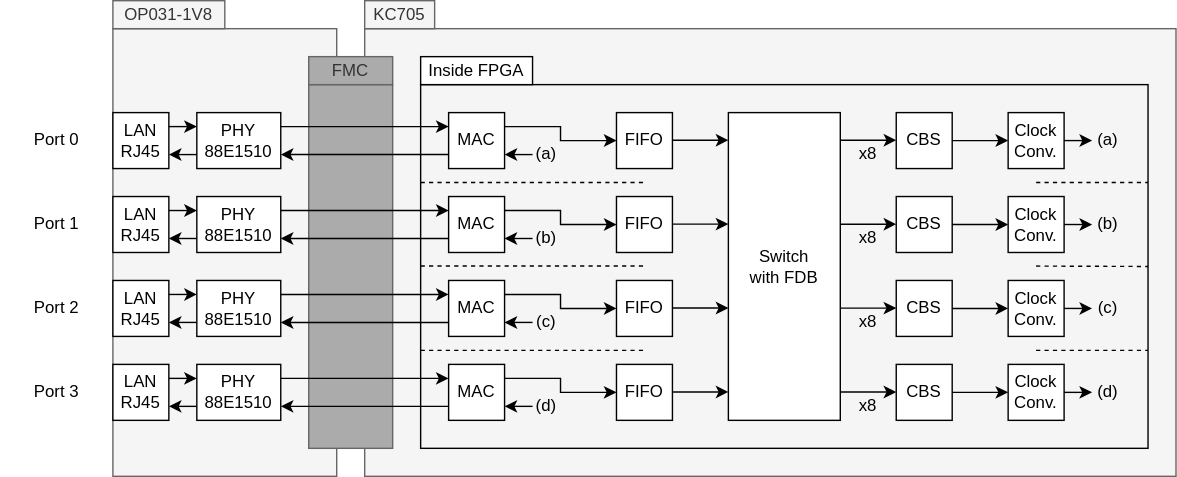
Before: overwiew_cbs-switch.drawio.svg, a diagram exported from draw.io (CCIRT/aist-tsn-switch). Source tidied: cells renumbered, new cells last; positions are measured from the earlier drawing's top-left corner, leaving out a move shared by most shapes.
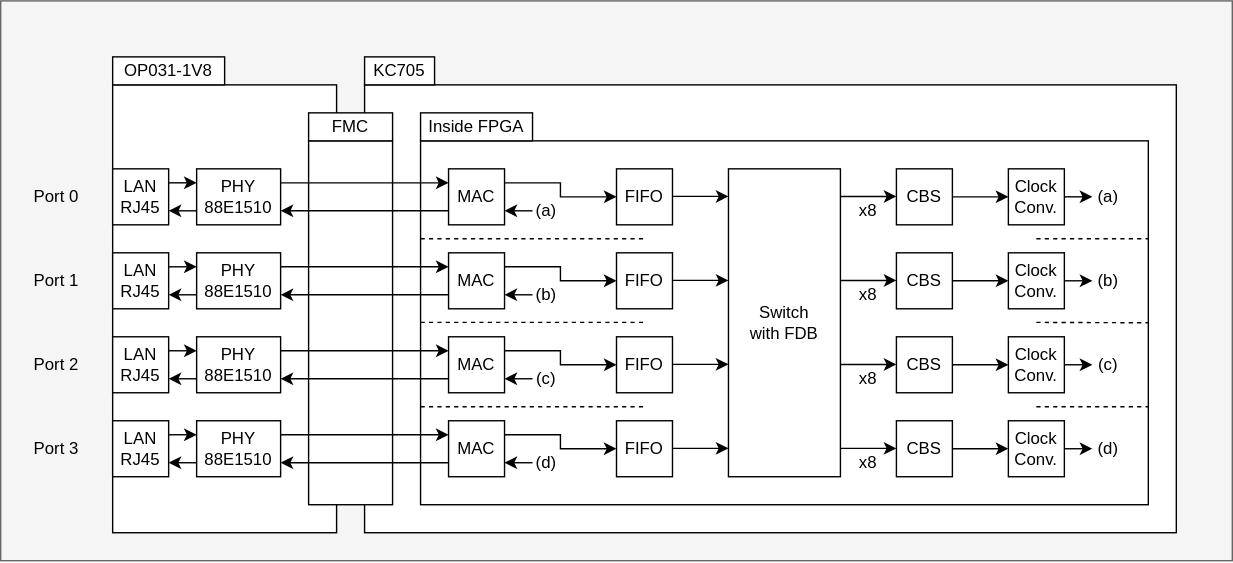
The same diagram one commit later.

What changed in the source:
```diff
@@ -2,6 +2,9 @@
   <root>
     <mxCell id="0" />
     <mxCell id="1" parent="0" />
+    <mxCell id="99" style="rounded=0;whiteSpace=wrap;html=1;fillColor=#f5f5f5;fontColor=#333333;strokeColor=#666666;" parent="1" vertex="1">
+      <mxGeometry y="-40" width="880" height="400" as="geometry" />
+    </mxCell>
     <mxCell id="2" style="endArrow=none;html=1;rounded=0;dashed=1;" parent="1" edge="1">
       <mxGeometry relative="1" as="geometry">
         <mxPoint x="460" y="320" as="sourcePoint" />
@@ -14,13 +17,13 @@
         <mxPoint x="739.7" y="60" as="targetPoint" />
       </mxGeometry>
     </mxCell>
-    <mxCell id="4" style="rounded=0;whiteSpace=wrap;html=1;fillColor=#f5f5f5;fontColor=#333333;strokeColor=#666666;" parent="1" vertex="1">
+    <mxCell id="4" style="rounded=0;whiteSpace=wrap;html=1;" parent="1" vertex="1">
       <mxGeometry x="260" y="20" width="580" height="320" as="geometry" />
     </mxCell>
-    <mxCell id="5" style="rounded=0;whiteSpace=wrap;html=1;fillColor=none;" parent="1" vertex="1">
+    <mxCell id="5" style="rounded=0;whiteSpace=wrap;html=1;" parent="1" vertex="1">
       <mxGeometry x="300" y="60" width="520" height="260" as="geometry" />
     </mxCell>
-    <mxCell id="6" style="rounded=0;whiteSpace=wrap;html=1;fillColor=#f5f5f5;fontColor=#333333;strokeColor=#666666;" parent="1" vertex="1">
+    <mxCell id="6" style="rounded=0;whiteSpace=wrap;html=1;" parent="1" vertex="1">
       <mxGeometry x="80" y="20" width="160" height="320" as="geometry" />
     </mxCell>
     <mxCell id="7" value="PHY&lt;br&gt;88E1510" style="rounded=0;whiteSpace=wrap;html=1;" parent="1" vertex="1">
@@ -34,19 +37,19 @@
         </Array>
       </mxGeometry>
     </mxCell>
-    <mxCell id="9" value="MAC" style="rounded=0;whiteSpace=wrap;html=1;fillColor=default;" parent="1" vertex="1">
+    <mxCell id="9" value="MAC" style="rounded=0;whiteSpace=wrap;html=1;" parent="1" vertex="1">
       <mxGeometry x="320" y="80" width="40" height="40" as="geometry" />
     </mxCell>
-    <mxCell id="10" value="KC705" style="rounded=0;whiteSpace=wrap;html=1;fillColor=#f5f5f5;fontColor=#333333;strokeColor=#666666;" parent="1" vertex="1">
+    <mxCell id="10" value="KC705" style="rounded=0;whiteSpace=wrap;html=1;" parent="1" vertex="1">
       <mxGeometry x="260" width="50" height="20" as="geometry" />
     </mxCell>
-    <mxCell id="11" value="OP031-1V8" style="rounded=0;whiteSpace=wrap;html=1;fillColor=#f5f5f5;fontColor=#333333;strokeColor=#666666;" parent="1" vertex="1">
+    <mxCell id="11" value="OP031-1V8" style="rounded=0;whiteSpace=wrap;html=1;" parent="1" vertex="1">
       <mxGeometry x="80" width="80" height="20" as="geometry" />
     </mxCell>
     <mxCell id="12" value="LAN&lt;br&gt;RJ45" style="rounded=0;whiteSpace=wrap;html=1;" parent="1" vertex="1">
       <mxGeometry x="80" y="80" width="40" height="40" as="geometry" />
     </mxCell>
-    <mxCell id="13" style="rounded=0;whiteSpace=wrap;html=1;verticalAlign=top;fillColor=#ABABAB;fontColor=#333333;strokeColor=#666666;" parent="1" vertex="1">
+    <mxCell id="13" style="rounded=0;whiteSpace=wrap;html=1;verticalAlign=top;" parent="1" vertex="1">
       <mxGeometry x="220" y="60" width="60" height="260" as="geometry" />
     </mxCell>
     <mxCell id="14" style="edgeStyle=orthogonalEdgeStyle;rounded=0;html=1;entryX=0;entryY=0.25;entryDx=0;entryDy=0;exitX=1;exitY=0.25;exitDx=0;exitDy=0;" parent="1" edge="1" source="16" target="48">
@@ -106,19 +109,19 @@
     <mxCell id="32" style="endArrow=classic;html=1;exitX=0;exitY=0.75;exitDx=0;exitDy=0;entryX=1;entryY=0.75;entryDx=0;entryDy=0;" parent="1" edge="1" source="9" target="7">
       <mxGeometry relative="1" as="geometry" />
     </mxCell>
-    <mxCell id="33" value="FIFO" style="rounded=0;whiteSpace=wrap;html=1;fillColor=default;" parent="1" vertex="1">
+    <mxCell id="33" value="FIFO" style="rounded=0;whiteSpace=wrap;html=1;" parent="1" vertex="1">
       <mxGeometry x="440" y="80" width="40" height="40" as="geometry" />
     </mxCell>
-    <mxCell id="34" value="Switch&lt;br&gt;with FDB" style="rounded=0;whiteSpace=wrap;html=1;fillColor=default;" parent="1" vertex="1">
+    <mxCell id="34" value="Switch&lt;br&gt;with FDB" style="rounded=0;whiteSpace=wrap;html=1;" parent="1" vertex="1">
       <mxGeometry x="520" y="80" width="80" height="220" as="geometry" />
     </mxCell>
     <mxCell id="35" style="edgeStyle=none;html=1;entryX=0;entryY=0.5;entryDx=0;entryDy=0;" parent="1" edge="1" source="36" target="37">
       <mxGeometry relative="1" as="geometry" />
     </mxCell>
-    <mxCell id="36" value="CBS" style="rounded=0;whiteSpace=wrap;html=1;fillColor=default;" parent="1" vertex="1">
+    <mxCell id="36" value="CBS" style="rounded=0;whiteSpace=wrap;html=1;" parent="1" vertex="1">
       <mxGeometry x="640" y="80" width="40" height="40" as="geometry" />
     </mxCell>
-    <mxCell id="37" value="Clock&lt;br&gt;Conv." style="rounded=0;whiteSpace=wrap;html=1;fillColor=default;" parent="1" vertex="1">
+    <mxCell id="37" value="Clock&lt;br&gt;Conv." style="rounded=0;whiteSpace=wrap;html=1;" parent="1" vertex="1">
       <mxGeometry x="720" y="80" width="40" height="40" as="geometry" />
     </mxCell>
     <mxCell id="38" style="edgeStyle=none;html=1;entryX=1;entryY=0.75;entryDx=0;entryDy=0;" parent="1" edge="1" target="9">
@@ -132,16 +135,16 @@
         <mxPoint x="520" y="99.7" as="targetPoint" />
       </mxGeometry>
     </mxCell>
-    <mxCell id="40" value="Port 0" style="text;html=1;strokeColor=none;fillColor=none;align=center;verticalAlign=middle;whiteSpace=wrap;rounded=0;" parent="1" vertex="1">
+    <mxCell id="40" value="Port 0" style="text;html=1;align=center;verticalAlign=middle;whiteSpace=wrap;rounded=0;" parent="1" vertex="1">
       <mxGeometry y="80" width="80" height="40" as="geometry" />
     </mxCell>
-    <mxCell id="41" value="Port 1" style="text;html=1;strokeColor=none;fillColor=none;align=center;verticalAlign=middle;whiteSpace=wrap;rounded=0;" parent="1" vertex="1">
+    <mxCell id="41" value="Port 1" style="text;html=1;align=center;verticalAlign=middle;whiteSpace=wrap;rounded=0;" parent="1" vertex="1">
       <mxGeometry y="140" width="80" height="40" as="geometry" />
     </mxCell>
-    <mxCell id="42" value="Port 2" style="text;html=1;strokeColor=none;fillColor=none;align=center;verticalAlign=middle;whiteSpace=wrap;rounded=0;" parent="1" vertex="1">
+    <mxCell id="42" value="Port 2" style="text;html=1;align=center;verticalAlign=middle;whiteSpace=wrap;rounded=0;" parent="1" vertex="1">
       <mxGeometry y="200" width="80" height="40" as="geometry" />
     </mxCell>
-    <mxCell id="43" value="Port 3" style="text;html=1;strokeColor=none;fillColor=none;align=center;verticalAlign=middle;whiteSpace=wrap;rounded=0;" parent="1" vertex="1">
+    <mxCell id="43" value="Port 3" style="text;html=1;align=center;verticalAlign=middle;whiteSpace=wrap;rounded=0;" parent="1" vertex="1">
       <mxGeometry y="260" width="80" height="40" as="geometry" />
     </mxCell>
     <mxCell id="44" style="endArrow=classic;html=1;" parent="1" edge="1">
@@ -150,7 +153,7 @@
         <mxPoint x="640" y="99.8" as="targetPoint" />
       </mxGeometry>
     </mxCell>
-    <mxCell id="45" value="(a)" style="text;html=1;strokeColor=none;fillColor=none;align=center;verticalAlign=middle;whiteSpace=wrap;rounded=0;dashed=1;" parent="1" vertex="1">
+    <mxCell id="45" value="(a)" style="text;html=1;align=center;verticalAlign=middle;whiteSpace=wrap;rounded=0;dashed=1;" parent="1" vertex="1">
       <mxGeometry x="380" y="100" width="20" height="20" as="geometry" />
     </mxCell>
     <mxCell id="46" style="edgeStyle=orthogonalEdgeStyle;html=1;entryX=0;entryY=0.5;entryDx=0;entryDy=0;exitX=1;exitY=0.25;exitDx=0;exitDy=0;rounded=0;" parent="1" edge="1" source="48" target="49">
@@ -164,19 +167,19 @@
     <mxCell id="47" style="edgeStyle=orthogonalEdgeStyle;rounded=0;html=1;exitX=0;exitY=0.75;exitDx=0;exitDy=0;entryX=1;entryY=0.75;entryDx=0;entryDy=0;" parent="1" edge="1" source="48" target="16">
       <mxGeometry relative="1" as="geometry" />
     </mxCell>
-    <mxCell id="48" value="MAC" style="rounded=0;whiteSpace=wrap;html=1;fillColor=default;" parent="1" vertex="1">
+    <mxCell id="48" value="MAC" style="rounded=0;whiteSpace=wrap;html=1;" parent="1" vertex="1">
       <mxGeometry x="320" y="140" width="40" height="40" as="geometry" />
     </mxCell>
-    <mxCell id="49" value="FIFO" style="rounded=0;whiteSpace=wrap;html=1;fillColor=default;" parent="1" vertex="1">
+    <mxCell id="49" value="FIFO" style="rounded=0;whiteSpace=wrap;html=1;" parent="1" vertex="1">
       <mxGeometry x="440" y="140" width="40" height="40" as="geometry" />
     </mxCell>
     <mxCell id="50" style="edgeStyle=none;html=1;entryX=0;entryY=0.5;entryDx=0;entryDy=0;" parent="1" edge="1" source="51" target="52">
       <mxGeometry relative="1" as="geometry" />
     </mxCell>
-    <mxCell id="51" value="CBS" style="rounded=0;whiteSpace=wrap;html=1;fillColor=default;" parent="1" vertex="1">
+    <mxCell id="51" value="CBS" style="rounded=0;whiteSpace=wrap;html=1;" parent="1" vertex="1">
       <mxGeometry x="640" y="140" width="40" height="40" as="geometry" />
     </mxCell>
-    <mxCell id="52" value="Clock&lt;br style=&quot;border-color: var(--border-color);&quot;&gt;Conv." style="rounded=0;whiteSpace=wrap;html=1;fillColor=default;" parent="1" vertex="1">
+    <mxCell id="52" value="Clock&lt;br style=&quot;border-color: var(--border-color);&quot;&gt;Conv." style="rounded=0;whiteSpace=wrap;html=1;" parent="1" vertex="1">
       <mxGeometry x="720" y="140" width="40" height="40" as="geometry" />
     </mxCell>
     <mxCell id="53" style="edgeStyle=none;html=1;entryX=1;entryY=0.75;entryDx=0;entryDy=0;" parent="1" edge="1" target="48">
@@ -196,7 +199,7 @@
         <mxPoint x="640" y="159.8" as="targetPoint" />
       </mxGeometry>
     </mxCell>
-    <mxCell id="56" value="(b)" style="text;html=1;strokeColor=none;fillColor=none;align=center;verticalAlign=middle;whiteSpace=wrap;rounded=0;dashed=1;" parent="1" vertex="1">
+    <mxCell id="56" value="(b)" style="text;html=1;align=center;verticalAlign=middle;whiteSpace=wrap;rounded=0;dashed=1;" parent="1" vertex="1">
       <mxGeometry x="380" y="160" width="20" height="20" as="geometry" />
     </mxCell>
     <mxCell id="57" style="edgeStyle=orthogonalEdgeStyle;html=1;entryX=0;entryY=0.5;entryDx=0;entryDy=0;exitX=1;exitY=0.25;exitDx=0;exitDy=0;rounded=0;" parent="1" edge="1" source="59" target="60">
@@ -210,19 +213,19 @@
     <mxCell id="58" style="edgeStyle=orthogonalEdgeStyle;rounded=0;html=1;exitX=0;exitY=0.75;exitDx=0;exitDy=0;entryX=1;entryY=0.75;entryDx=0;entryDy=0;" parent="1" edge="1" source="59" target="21">
       <mxGeometry relative="1" as="geometry" />
     </mxCell>
-    <mxCell id="59" value="MAC" style="rounded=0;whiteSpace=wrap;html=1;fillColor=default;" parent="1" vertex="1">
+    <mxCell id="59" value="MAC" style="rounded=0;whiteSpace=wrap;html=1;" parent="1" vertex="1">
       <mxGeometry x="320" y="200" width="40" height="40" as="geometry" />
     </mxCell>
-    <mxCell id="60" value="FIFO" style="rounded=0;whiteSpace=wrap;html=1;fillColor=default;" parent="1" vertex="1">
+    <mxCell id="60" value="FIFO" style="rounded=0;whiteSpace=wrap;html=1;" parent="1" vertex="1">
       <mxGeometry x="440" y="200" width="40" height="40" as="geometry" />
     </mxCell>
     <mxCell id="61" style="edgeStyle=none;html=1;entryX=0;entryY=0.5;entryDx=0;entryDy=0;" parent="1" edge="1" source="62" target="63">
       <mxGeometry relative="1" as="geometry" />
     </mxCell>
-    <mxCell id="62" value="CBS" style="rounded=0;whiteSpace=wrap;html=1;fillColor=default;" parent="1" vertex="1">
+    <mxCell id="62" value="CBS" style="rounded=0;whiteSpace=wrap;html=1;" parent="1" vertex="1">
       <mxGeometry x="640" y="200" width="40" height="40" as="geometry" />
     </mxCell>
-    <mxCell id="63" value="Clock&lt;br style=&quot;border-color: var(--border-color);&quot;&gt;Conv." style="rounded=0;whiteSpace=wrap;html=1;fillColor=default;" parent="1" vertex="1">
+    <mxCell id="63" value="Clock&lt;br style=&quot;border-color: var(--border-color);&quot;&gt;Conv." style="rounded=0;whiteSpace=wrap;html=1;" parent="1" vertex="1">
       <mxGeometry x="720" y="200" width="40" height="40" as="geometry" />
     </mxCell>
     <mxCell id="64" style="edgeStyle=none;html=1;entryX=1;entryY=0.75;entryDx=0;entryDy=0;" parent="1" edge="1" target="59">
@@ -242,7 +245,7 @@
         <mxPoint x="640" y="219.8" as="targetPoint" />
       </mxGeometry>
     </mxCell>
-    <mxCell id="67" value="(c)" style="text;html=1;strokeColor=none;fillColor=none;align=center;verticalAlign=middle;whiteSpace=wrap;rounded=0;dashed=1;" parent="1" vertex="1">
+    <mxCell id="67" value="(c)" style="text;html=1;align=center;verticalAlign=middle;whiteSpace=wrap;rounded=0;dashed=1;" parent="1" vertex="1">
       <mxGeometry x="380" y="220" width="20" height="20" as="geometry" />
     </mxCell>
     <mxCell id="68" style="edgeStyle=orthogonalEdgeStyle;html=1;entryX=0;entryY=0.5;entryDx=0;entryDy=0;exitX=1;exitY=0.25;exitDx=0;exitDy=0;rounded=0;" parent="1" edge="1" source="70" target="71">
@@ -256,19 +259,19 @@
     <mxCell id="69" style="edgeStyle=orthogonalEdgeStyle;rounded=0;html=1;exitX=0;exitY=0.75;exitDx=0;exitDy=0;entryX=1;entryY=0.75;entryDx=0;entryDy=0;" parent="1" edge="1" source="70" target="26">
       <mxGeometry relative="1" as="geometry" />
     </mxCell>
-    <mxCell id="70" value="MAC" style="rounded=0;whiteSpace=wrap;html=1;fillColor=default;" parent="1" vertex="1">
+    <mxCell id="70" value="MAC" style="rounded=0;whiteSpace=wrap;html=1;" parent="1" vertex="1">
       <mxGeometry x="320" y="260" width="40" height="40" as="geometry" />
     </mxCell>
-    <mxCell id="71" value="FIFO" style="rounded=0;whiteSpace=wrap;html=1;fillColor=default;" parent="1" vertex="1">
+    <mxCell id="71" value="FIFO" style="rounded=0;whiteSpace=wrap;html=1;" parent="1" vertex="1">
       <mxGeometry x="440" y="260" width="40" height="40" as="geometry" />
     </mxCell>
     <mxCell id="72" style="edgeStyle=none;html=1;entryX=0;entryY=0.5;entryDx=0;entryDy=0;" parent="1" edge="1" source="73" target="74">
       <mxGeometry relative="1" as="geometry" />
     </mxCell>
-    <mxCell id="73" value="CBS" style="rounded=0;whiteSpace=wrap;html=1;fillColor=default;" parent="1" vertex="1">
+    <mxCell id="73" value="CBS" style="rounded=0;whiteSpace=wrap;html=1;" parent="1" vertex="1">
       <mxGeometry x="640" y="260" width="40" height="40" as="geometry" />
     </mxCell>
-    <mxCell id="74" value="Clock&lt;br style=&quot;border-color: var(--border-color);&quot;&gt;Conv." style="rounded=0;whiteSpace=wrap;html=1;fillColor=default;" parent="1" vertex="1">
+    <mxCell id="74" value="Clock&lt;br style=&quot;border-color: var(--border-color);&quot;&gt;Conv." style="rounded=0;whiteSpace=wrap;html=1;" parent="1" vertex="1">
       <mxGeometry x="720" y="260" width="40" height="40" as="geometry" />
     </mxCell>
     <mxCell id="75" style="edgeStyle=none;html=1;entryX=1;entryY=0.75;entryDx=0;entryDy=0;" parent="1" edge="1" target="70">
@@ -288,7 +291,7 @@
         <mxPoint x="640" y="279.8" as="targetPoint" />
       </mxGeometry>
     </mxCell>
-    <mxCell id="78" value="(d)" style="text;html=1;strokeColor=none;fillColor=none;align=center;verticalAlign=middle;whiteSpace=wrap;rounded=0;dashed=1;" parent="1" vertex="1">
+    <mxCell id="78" value="(d)" style="text;html=1;align=center;verticalAlign=middle;whiteSpace=wrap;rounded=0;dashed=1;" parent="1" vertex="1">
       <mxGeometry x="380" y="280" width="20" height="20" as="geometry" />
     </mxCell>
     <mxCell id="79" style="endArrow=none;html=1;rounded=0;dashed=1;" parent="1" edge="1">
@@ -330,7 +333,7 @@
     <mxCell id="85" value="Inside FPGA" style="rounded=0;whiteSpace=wrap;html=1;" parent="1" vertex="1">
       <mxGeometry x="300" y="40" width="80" height="20" as="geometry" />
     </mxCell>
-    <mxCell id="86" value="FMC" style="rounded=0;whiteSpace=wrap;html=1;fillColor=#ABABAB;fontColor=#333333;strokeColor=#666666;" parent="1" vertex="1">
+    <mxCell id="86" value="FMC" style="rounded=0;whiteSpace=wrap;html=1;" parent="1" vertex="1">
       <mxGeometry x="220" y="40" width="60" height="20" as="geometry" />
     </mxCell>
     <mxCell id="87" style="edgeStyle=none;html=1;" parent="1" edge="1">
@@ -339,7 +342,7 @@
         <mxPoint x="780" y="220" as="targetPoint" />
       </mxGeometry>
     </mxCell>
-    <mxCell id="88" value="(c)" style="text;html=1;strokeColor=none;fillColor=none;align=center;verticalAlign=middle;whiteSpace=wrap;rounded=0;dashed=1;" parent="1" vertex="1">
+    <mxCell id="88" value="(c)" style="text;html=1;align=center;verticalAlign=middle;whiteSpace=wrap;rounded=0;dashed=1;" parent="1" vertex="1">
       <mxGeometry x="780" y="200" width="23" height="40" as="geometry" />
     </mxCell>
     <mxCell id="89" style="edgeStyle=none;html=1;" parent="1" edge="1">
@@ -348,7 +351,7 @@
         <mxPoint x="780" y="160" as="targetPoint" />
       </mxGeometry>
     </mxCell>
-    <mxCell id="90" value="(b)" style="text;html=1;strokeColor=none;fillColor=none;align=center;verticalAlign=middle;whiteSpace=wrap;rounded=0;dashed=1;" parent="1" vertex="1">
+    <mxCell id="90" value="(b)" style="text;html=1;align=center;verticalAlign=middle;whiteSpace=wrap;rounded=0;dashed=1;" parent="1" vertex="1">
       <mxGeometry x="780" y="140" width="23" height="40" as="geometry" />
     </mxCell>
     <mxCell id="91" style="edgeStyle=none;html=1;" parent="1" edge="1">
@@ -357,7 +360,7 @@
         <mxPoint x="780" y="280" as="targetPoint" />
       </mxGeometry>
     </mxCell>
-    <mxCell id="92" value="(d)" style="text;html=1;strokeColor=none;fillColor=none;align=center;verticalAlign=middle;whiteSpace=wrap;rounded=0;dashed=1;" parent="1" vertex="1">
+    <mxCell id="92" value="(d)" style="text;html=1;align=center;verticalAlign=middle;whiteSpace=wrap;rounded=0;dashed=1;" parent="1" vertex="1">
       <mxGeometry x="780" y="260" width="23" height="40" as="geometry" />
     </mxCell>
     <mxCell id="93" style="edgeStyle=none;html=1;" parent="1" edge="1">
@@ -366,19 +369,19 @@
         <mxPoint x="780" y="100" as="targetPoint" />
       </mxGeometry>
     </mxCell>
-    <mxCell id="94" value="(a)" style="text;html=1;strokeColor=none;fillColor=none;align=center;verticalAlign=middle;whiteSpace=wrap;rounded=0;dashed=1;" parent="1" vertex="1">
+    <mxCell id="94" value="(a)" style="text;html=1;align=center;verticalAlign=middle;whiteSpace=wrap;rounded=0;dashed=1;" parent="1" vertex="1">
       <mxGeometry x="780" y="80" width="23" height="40" as="geometry" />
     </mxCell>
-    <mxCell id="95" value="x8" style="text;html=1;strokeColor=none;fillColor=none;align=center;verticalAlign=middle;whiteSpace=wrap;rounded=0;" parent="1" vertex="1">
+    <mxCell id="95" value="x8" style="text;html=1;align=center;verticalAlign=middle;whiteSpace=wrap;rounded=0;" parent="1" vertex="1">
       <mxGeometry x="600" y="100" width="40" height="20" as="geometry" />
     </mxCell>
-    <mxCell id="96" value="x8" style="text;html=1;strokeColor=none;fillColor=none;align=center;verticalAlign=middle;whiteSpace=wrap;rounded=0;" parent="1" vertex="1">
+    <mxCell id="96" value="x8" style="text;html=1;align=center;verticalAlign=middle;whiteSpace=wrap;rounded=0;" parent="1" vertex="1">
       <mxGeometry x="600" y="160" width="40" height="20" as="geometry" />
     </mxCell>
-    <mxCell id="97" value="x8" style="text;html=1;strokeColor=none;fillColor=none;align=center;verticalAlign=middle;whiteSpace=wrap;rounded=0;" parent="1" vertex="1">
+    <mxCell id="97" value="x8" style="text;html=1;align=center;verticalAlign=middle;whiteSpace=wrap;rounded=0;" parent="1" vertex="1">
       <mxGeometry x="600" y="220" width="40" height="20" as="geometry" />
     </mxCell>
-    <mxCell id="98" value="x8" style="text;html=1;strokeColor=none;fillColor=none;align=center;verticalAlign=middle;whiteSpace=wrap;rounded=0;" parent="1" vertex="1">
+    <mxCell id="98" value="x8" style="text;html=1;align=center;verticalAlign=middle;whiteSpace=wrap;rounded=0;" parent="1" vertex="1">
       <mxGeometry x="600" y="280" width="40" height="20" as="geometry" />
     </mxCell>
   </root>
```
